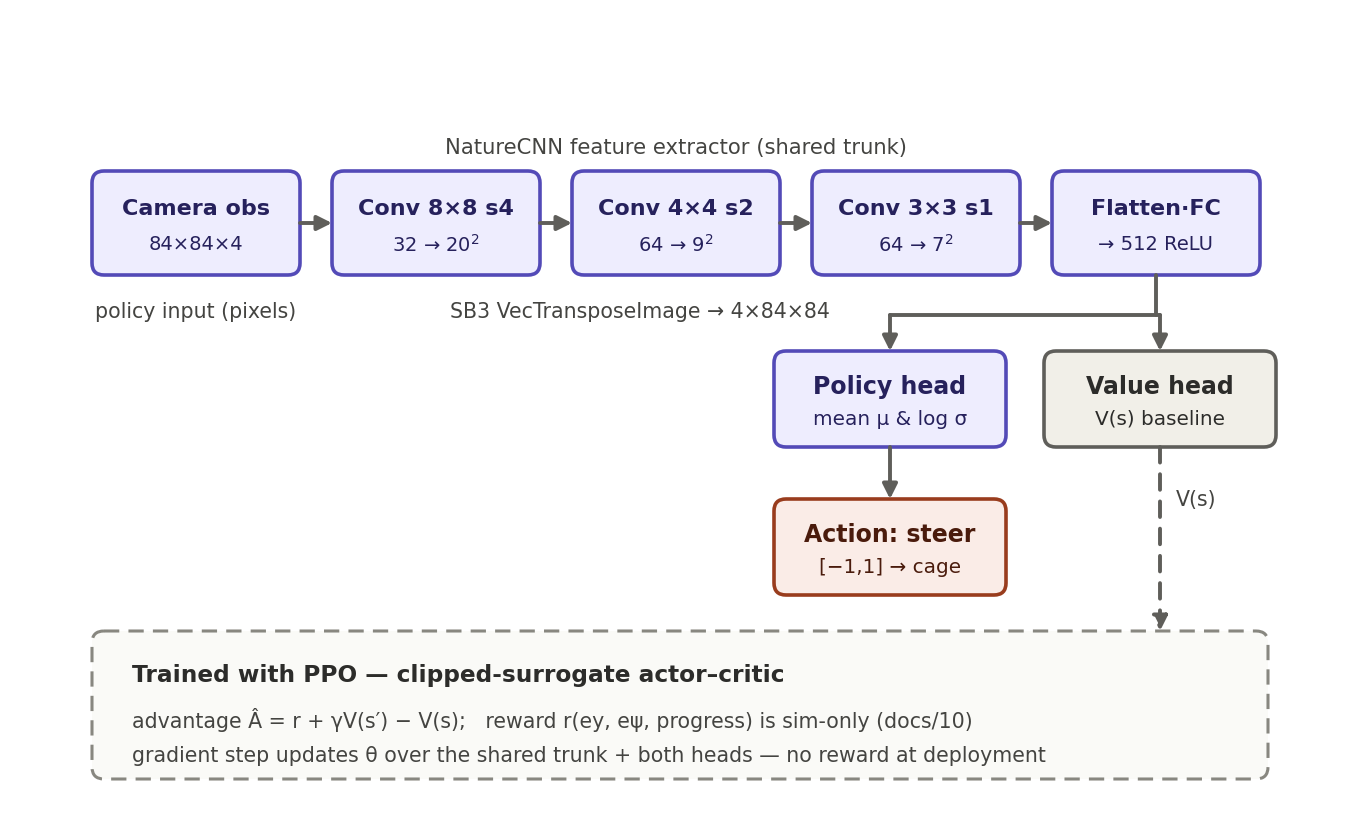
snchz46/MT-SE4AI-Safe-RL-Cobraflex keeps this Mermaid diagram as manuscript/figures/camera_cnn_ppo_architecture.png. Above is the earlier version. Its source is kept beside it as manuscript/figures/camera_cnn_ppo_architecture.mmd.
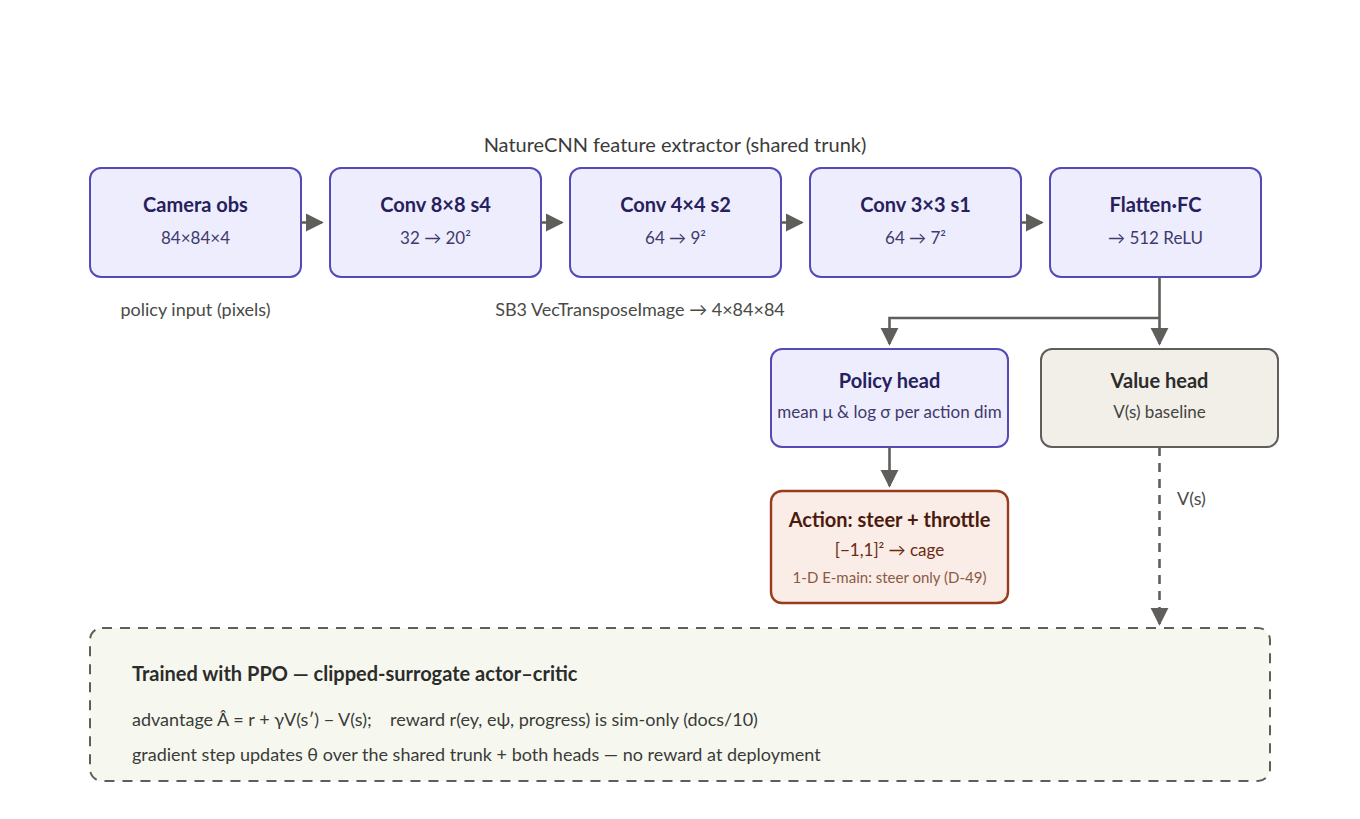
The same file after the commit.

What changed in the source:
```diff
@@ -10,9 +10,9 @@
         C1 --> C2 --> C3 --> FC
     end
     OBS --> C1
-    FC --> PH["Policy head<br/>mean &mu; &amp; log &sigma;"]
+    FC --> PH["Policy head<br/>mean &mu; &amp; log &sigma;<br/>per action dimension"]
     FC --> VH["Value head<br/>V(s) baseline"]
-    PH --> ACT["Action: steer<br/>[&minus;1,1] &rarr; cage"]
+    PH --> ACT["Action &rarr; cage<br/>steer &middot; throttle &isin; [&minus;1,1]&sup2;<br/>(1-D E-main: steer only)"]
     REW["Reward (sim oracle)<br/>ey, epsi, progress &middot; train only"]
     PPO["PPO clipped-surrogate update<br/>advantage = r + &gamma;V(s&prime;) &minus; V(s)"]
     VH -. "V(s)" .-> PPO
```
